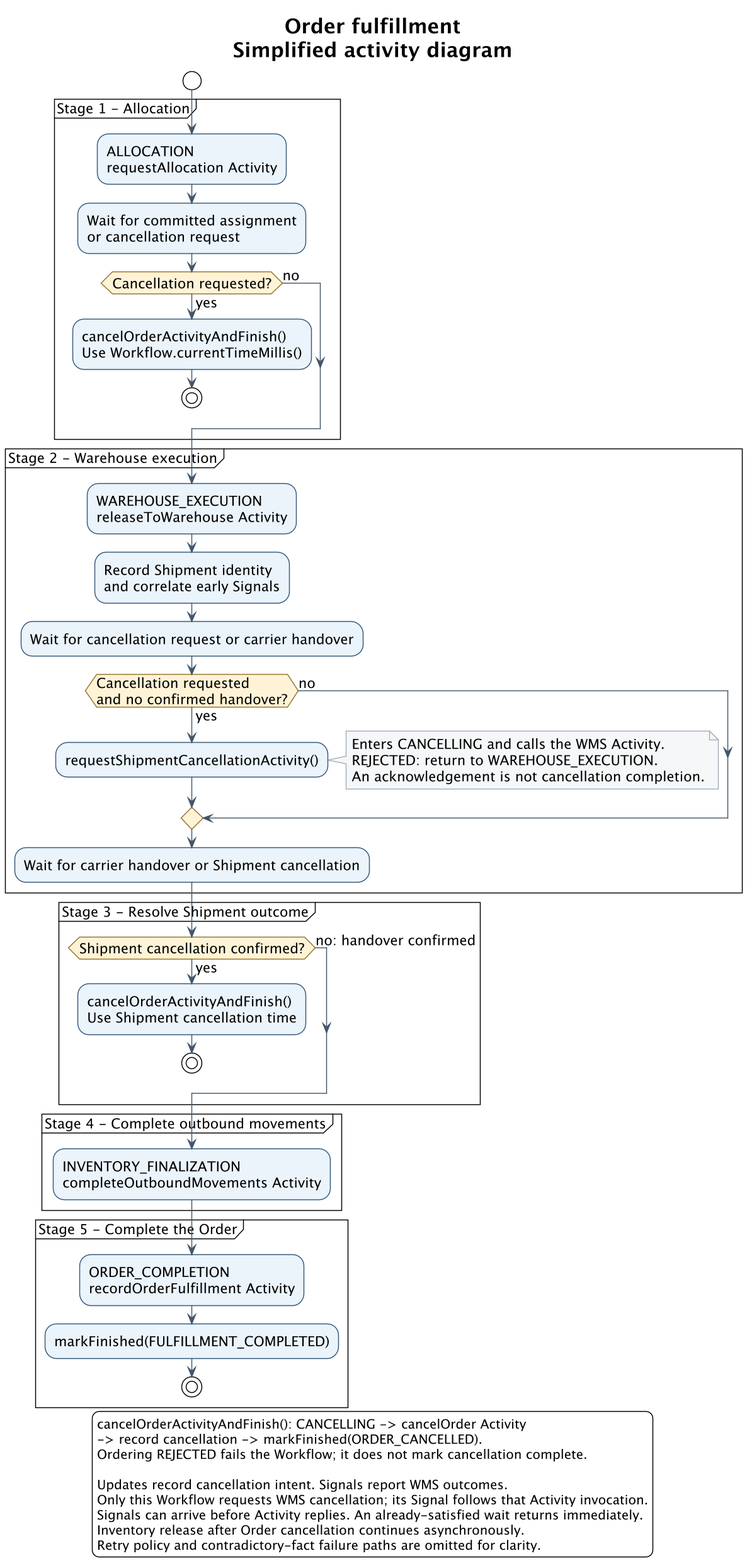
This is backend/orchestration-temporal-runtime/src/main/java/com/flowzati/archone/orchestration/runtime/workflow/order/OrderFulfillmentWorkflowImpl.png from zhjiangexe/order-allocation-arch-demo, a PlantUML export, as it was before one commit.
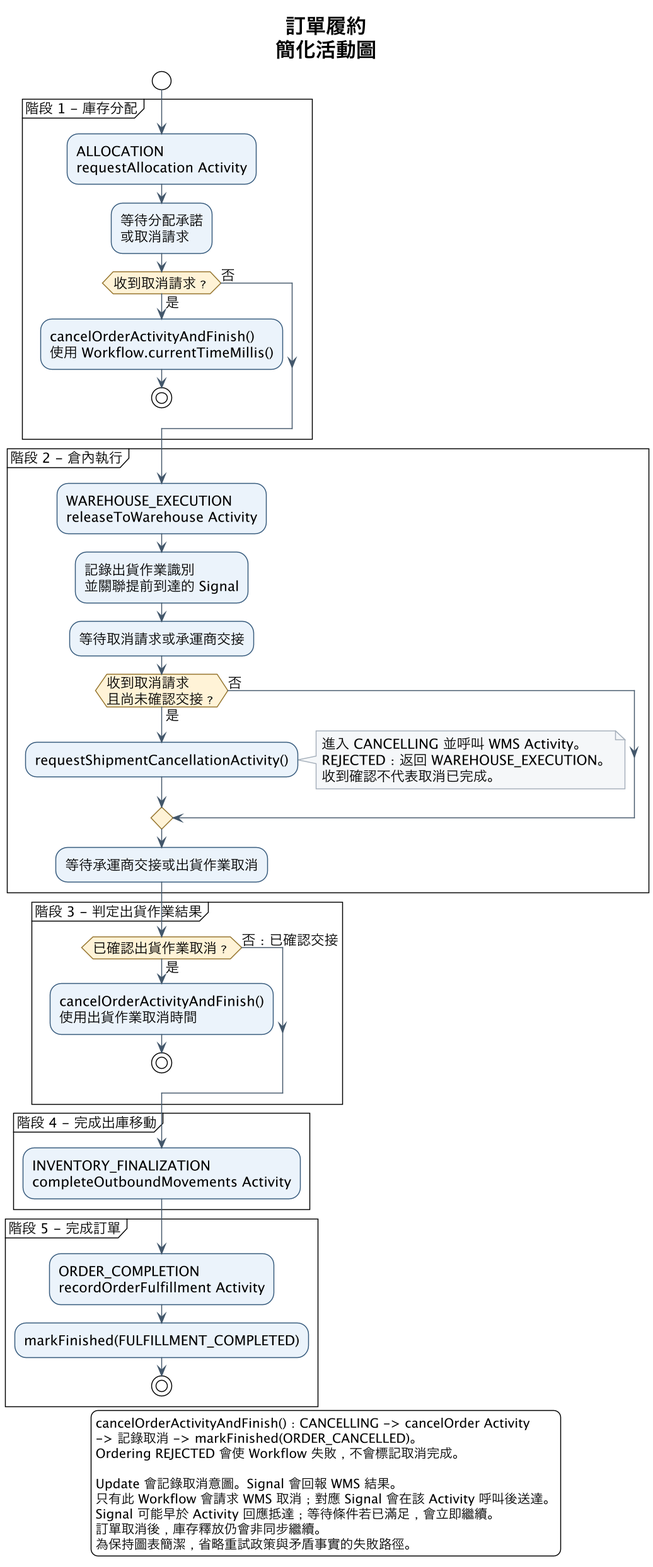
Above is the later version.

Commit message:
docs(temporal): localize order fulfillment workflow artifacts

Diff of the diagram source:
```diff
@@ -13,57 +13,57 @@
 skinparam ArrowColor #43576B
 skinparam dpi 140
 
-title Order fulfillment\nSimplified activity diagram
+title 訂單履約\n簡化活動圖
 
 start
-partition "Stage 1 - Allocation" {
+partition "階段 1 - 庫存分配" {
   :ALLOCATION\nrequestAllocation Activity;
-  :Wait for committed assignment\nor cancellation request;
-  if (Cancellation requested?) then (yes)
-    :cancelOrderActivityAndFinish()\nUse Workflow.currentTimeMillis();
+  :等待分配承諾\n或取消請求;
+  if (收到取消請求？) then (是)
+    :cancelOrderActivityAndFinish()\n使用 Workflow.currentTimeMillis();
     stop
-  else (no)
+  else (否)
   endif
 }
-partition "Stage 2 - Warehouse execution" {
+partition "階段 2 - 倉內執行" {
   :WAREHOUSE_EXECUTION\nreleaseToWarehouse Activity;
-  :Record Shipment identity\nand correlate early Signals;
-  :Wait for cancellation request or carrier handover;
-  if (Cancellation requested\nand no confirmed handover?) then (yes)
+  :記錄出貨作業識別\n並關聯提前到達的 Signal;
+  :等待取消請求或承運商交接;
+  if (收到取消請求\n且尚未確認交接？) then (是)
     :requestShipmentCancellationActivity();
     note right
-      Enters CANCELLING and calls the WMS Activity.
-      REJECTED: return to WAREHOUSE_EXECUTION.
-      An acknowledgement is not cancellation completion.
+      進入 CANCELLING 並呼叫 WMS Activity。
+      REJECTED：返回 WAREHOUSE_EXECUTION。
+      收到確認不代表取消已完成。
     end note
-  else (no)
+  else (否)
   endif
-  :Wait for carrier handover or Shipment cancellation;
+  :等待承運商交接或出貨作業取消;
 }
-partition "Stage 3 - Resolve Shipment outcome" {
-  if (Shipment cancellation confirmed?) then (yes)
-    :cancelOrderActivityAndFinish()\nUse Shipment cancellation time;
+partition "階段 3 - 判定出貨作業結果" {
+  if (已確認出貨作業取消？) then (是)
+    :cancelOrderActivityAndFinish()\n使用出貨作業取消時間;
     stop
-  else (no: handover confirmed)
+  else (否：已確認交接)
   endif
 }
-partition "Stage 4 - Complete outbound movements" {
+partition "階段 4 - 完成出庫移動" {
   :INVENTORY_FINALIZATION\ncompleteOutboundMovements Activity;
 }
-partition "Stage 5 - Complete the Order" {
+partition "階段 5 - 完成訂單" {
   :ORDER_COMPLETION\nrecordOrderFulfillment Activity;
   :markFinished(FULFILLMENT_COMPLETED);
   stop
 }
 legend bottom
-  cancelOrderActivityAndFinish(): CANCELLING -> cancelOrder Activity
-  -> record cancellation -> markFinished(ORDER_CANCELLED).
-  Ordering REJECTED fails the Workflow; it does not mark cancellation complete.
+  cancelOrderActivityAndFinish()：CANCELLING -> cancelOrder Activity
+  -> 記錄取消 -> markFinished(ORDER_CANCELLED)。
+  Ordering REJECTED 會使 Workflow 失敗，不會標記取消完成。
 
-  Updates record cancellation intent. Signals report WMS outcomes.
-  Only this Workflow requests WMS cancellation; its Signal follows that Activity invocation.
-  Signals can arrive before Activity replies. An already-satisfied wait returns immediately.
-  Inventory release after Order cancellation continues asynchronously.
-  Retry policy and contradictory-fact failure paths are omitted for clarity.
+  Update 會記錄取消意圖。Signal 會回報 WMS 結果。
+  只有此 Workflow 會請求 WMS 取消；對應 Signal 會在該 Activity 呼叫後送達。
+  Signal 可能早於 Activity 回應抵達；等待條件若已滿足，會立即繼續。
+  訂單取消後，庫存釋放仍會非同步繼續。
+  為保持圖表簡潔，省略重試政策與矛盾事實的失敗路徑。
 endlegend
 @enduml
```
